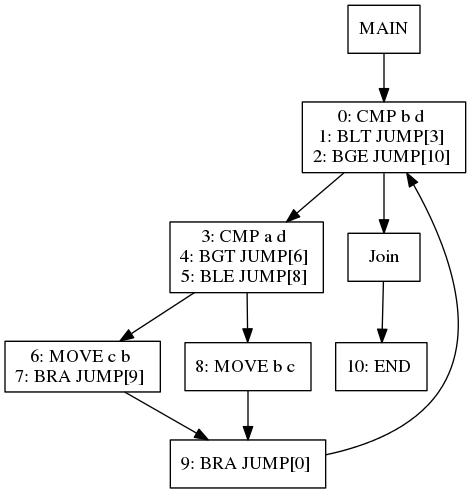
Above: viz/test011.dot.png in jiahanwang/PL241-Compiler (Graphviz), before the change. Its source is kept beside it as viz/test011.dot.
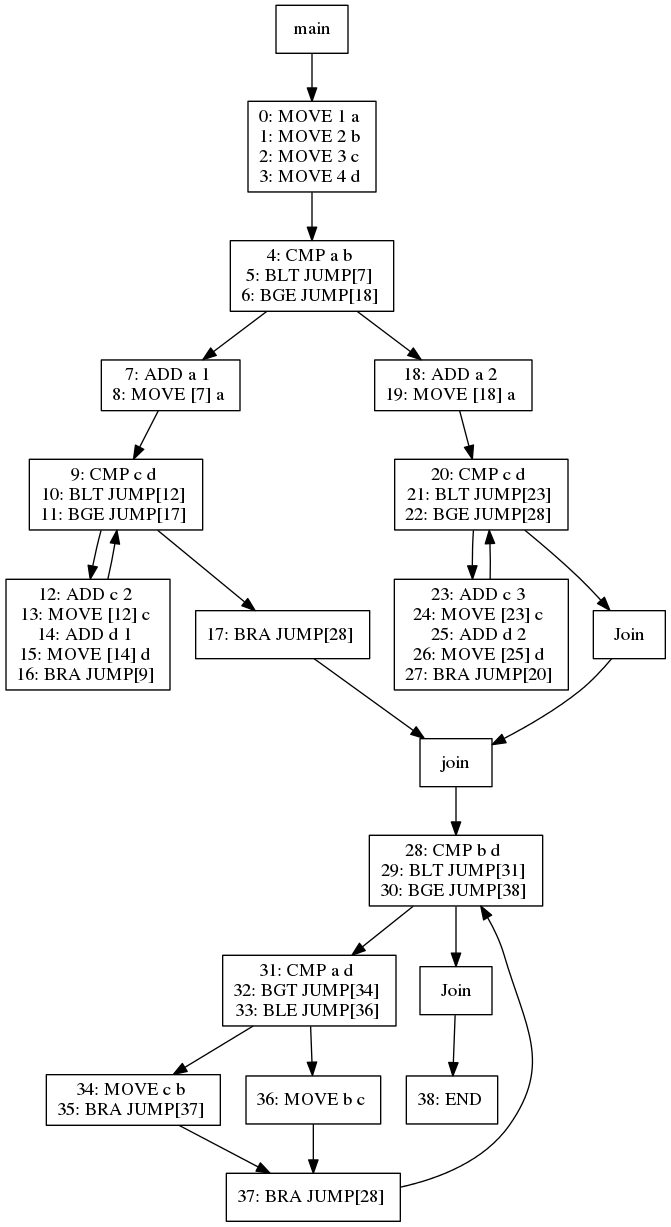
The same file after the commit.

The edit, as a diff of the source:
```diff
@@ -1,31 +1,84 @@
 digraph test011 {
 node [shape=box]
-1[label="MAIN"]
-1 -> 3
-3[label="0: CMP b d
-1: BLT JUMP[3]
-2: BGE JUMP[10]
+174[label="main"]
+174 -> 176
+176[label="0: MOVE 1 a
+1: MOVE 2 b
+2: MOVE 3 c
+3: MOVE 4 d
 "]
-3 -> 5
-5[label="3: CMP a d
-4: BGT JUMP[6]
-5: BLE JUMP[8]
+176 -> 180
+180[label="4: CMP a b
+5: BLT JUMP[7]
+6: BGE JUMP[18]
 "]
-5 -> 7
-7[label="6: MOVE c b
-7: BRA JUMP[9]
+180 -> 182
+182[label="7: ADD a 1
+8: MOVE [7] a
 "]
-7 -> 6
-6[label="9: BRA JUMP[0]
+182 -> 183
+183[label="9: CMP c d
+10: BLT JUMP[12]
+11: BGE JUMP[17]
 "]
-6 -> 3
-5 -> 8
-8[label="8: MOVE b c
+183 -> 185
+185[label="12: ADD c 2
+13: MOVE [12] c
+14: ADD d 1
+15: MOVE [14] d
+16: BRA JUMP[9]
 "]
-8 -> 6
-3 -> 4
-4[label="Join"]
-4 -> 9
-9[label="10: END
+185 -> 183
+183 -> 184
+184[label="17: BRA JUMP[28]
 "]
+184 -> 181
+181[label="join"]
+181 -> 192
+192[label="28: CMP b d
+29: BLT JUMP[31]
+30: BGE JUMP[38]
+"]
+192 -> 194
+194[label="31: CMP a d
+32: BGT JUMP[34]
+33: BLE JUMP[36]
+"]
+194 -> 196
+196[label="34: MOVE c b
+35: BRA JUMP[37]
+"]
+196 -> 195
+195[label="37: BRA JUMP[28]
+"]
+195 -> 192
+194 -> 197
+197[label="36: MOVE b c
+"]
+197 -> 195
+192 -> 193
+193[label="Join"]
+193 -> 198
+198[label="38: END
+"]
+180 -> 187
+187[label="18: ADD a 2
+19: MOVE [18] a
+"]
+187 -> 188
+188[label="20: CMP c d
+21: BLT JUMP[23]
+22: BGE JUMP[28]
+"]
+188 -> 190
+190[label="23: ADD c 3
+24: MOVE [23] c
+25: ADD d 2
+26: MOVE [25] d
+27: BRA JUMP[20]
+"]
+190 -> 188
+188 -> 189
+189[label="Join"]
+189 -> 181
 }
```
